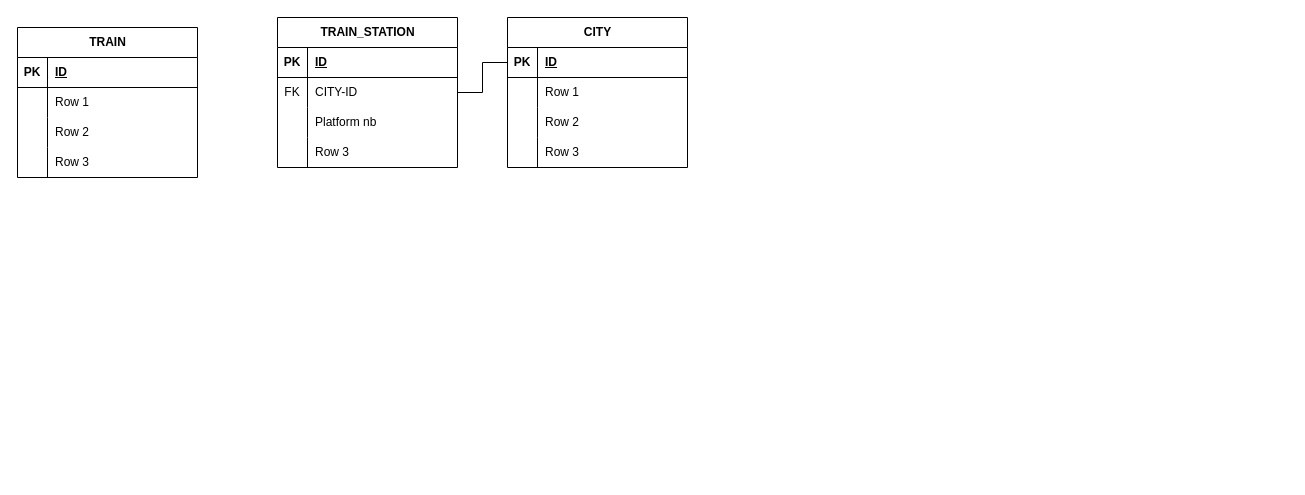
Above: page "Page-2" (2 of 3) of Diagramme sans nom 3.drawio in vsilvanska/examen-info-2023 (draw.io), before the change. Source tidied: cells renumbered, new cells numbered last; positions are measured from the earlier drawing's top-left corner, leaving out a move shared by most shapes. Both pictures are drawn from the tidied source at 100%, with x=0, y=0 at pixel (17, 17).
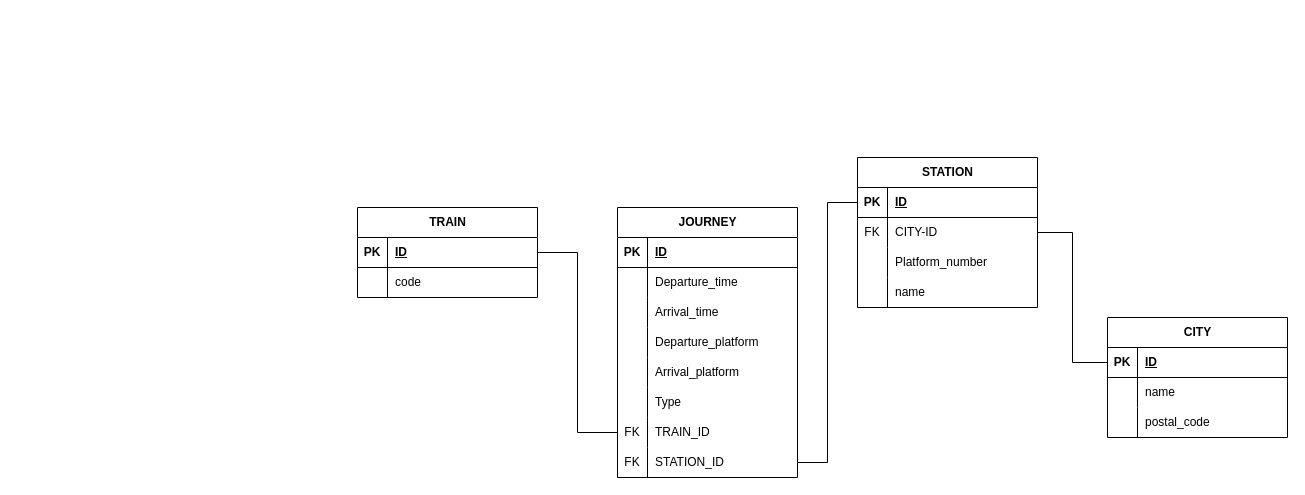
The same diagram, later.

The change refers to these unchanged cells:
```xml
<mxCell id="3" style="shape=tableRow;horizontal=0;startSize=0;swimlaneHead=0;swimlaneBody=0;fillColor=none;points=[[0,0.5],[1,0.5]];portConstraint=eastwest;top=0;left=0;right=0;bottom=1;" parent="2" vertex="1">
  <mxGeometry y="30" width="180" height="30" as="geometry" />
</mxCell>
<mxCell id="6" style="shape=tableRow;horizontal=0;startSize=0;swimlaneHead=0;swimlaneBody=0;fillColor=none;top=0;left=0;right=0;bottom=0;" parent="2" vertex="1">
  <mxGeometry y="60" width="180" height="30" as="geometry" />
</mxCell>
<mxCell id="9" style="shape=tableRow;horizontal=0;startSize=0;swimlaneHead=0;swimlaneBody=0;fillColor=none;top=0;left=0;right=0;bottom=0;" parent="2" vertex="1">
  <mxGeometry y="90" width="180" height="30" as="geometry" />
</mxCell>
<mxCell id="16" style="shape=tableRow;horizontal=0;startSize=0;swimlaneHead=0;swimlaneBody=0;fillColor=none;points=[[0,0.5],[1,0.5]];portConstraint=eastwest;top=0;left=0;right=0;bottom=1;" parent="15" vertex="1">
  <mxGeometry y="30" width="180" height="30" as="geometry" />
</mxCell>
<mxCell id="19" style="shape=tableRow;horizontal=0;startSize=0;swimlaneHead=0;swimlaneBody=0;fillColor=none;points=[[0,0.5],[1,0.5]];portConstraint=eastwest;top=0;left=0;right=0;bottom=0;" parent="15" vertex="1">
  <mxGeometry y="60" width="180" height="30" as="geometry" />
</mxCell>
<mxCell id="22" style="shape=tableRow;horizontal=0;startSize=0;swimlaneHead=0;swimlaneBody=0;fillColor=none;top=0;left=0;right=0;bottom=0;" parent="15" vertex="1">
  <mxGeometry y="90" width="180" height="30" as="geometry" />
</mxCell>
<mxCell id="25" style="shape=tableRow;horizontal=0;startSize=0;swimlaneHead=0;swimlaneBody=0;fillColor=none;top=0;left=0;right=0;bottom=0;" parent="15" vertex="1">
  <mxGeometry y="120" width="180" height="30" as="geometry" />
</mxCell>
<mxCell id="29" style="shape=tableRow;horizontal=0;startSize=0;swimlaneHead=0;swimlaneBody=0;fillColor=none;points=[[0,0.5],[1,0.5]];portConstraint=eastwest;top=0;left=0;right=0;bottom=1;" parent="28" vertex="1">
  <mxGeometry y="30" width="180" height="30" as="geometry" />
</mxCell>
<mxCell id="32" style="shape=tableRow;horizontal=0;startSize=0;swimlaneHead=0;swimlaneBody=0;fillColor=none;top=0;left=0;right=0;bottom=0;" parent="28" vertex="1">
  <mxGeometry y="60" width="180" height="30" as="geometry" />
</mxCell>
```

Diff of the diagram source:
```diff
@@
     <mxCell id="2" value="CITY" style="shape=table;startSize=30;childLayout=tableLayout;rowLines=0;fontStyle=1;align=center;html=1;" parent="1" vertex="1">
-      <mxGeometry x="490" width="180" height="150" as="geometry" />
+      <mxGeometry x="1090" y="300" width="180" height="120" as="geometry" />
     </mxCell>
@@
-    <mxCell id="8" value="Row 1" style="shape=partialRectangle;fillColor=none;top=0;left=0;bottom=0;right=0;align=left;spacingLeft=6;overflow=hidden;whiteSpace=wrap;html=1;" parent="6" vertex="1">
+    <mxCell id="8" value="name" style="shape=partialRectangle;fillColor=none;top=0;left=0;bottom=0;right=0;align=left;spacingLeft=6;overflow=hidden;whiteSpace=wrap;html=1;" parent="6" vertex="1">
       <mxGeometry x="30" width="150" height="30" as="geometry" />
     </mxCell>
@@
-    <mxCell id="11" value="Row 2" style="shape=partialRectangle;fillColor=none;top=0;left=0;bottom=0;right=0;align=left;spacingLeft=6;overflow=hidden;whiteSpace=wrap;html=1;" parent="9" vertex="1">
+    <mxCell id="11" value="postal_code" style="shape=partialRectangle;fillColor=none;top=0;left=0;bottom=0;right=0;align=left;spacingLeft=6;overflow=hidden;whiteSpace=wrap;html=1;" parent="9" vertex="1">
       <mxGeometry x="30" width="150" height="30" as="geometry" />
     </mxCell>
-    <mxCell id="12" style="shape=tableRow;horizontal=0;startSize=0;swimlaneHead=0;swimlaneBody=0;fillColor=none;top=0;left=0;right=0;bottom=0;" parent="2" vertex="1">
-      <mxGeometry y="120" width="180" height="30" as="geometry" />
-    </mxCell>
-    <mxCell id="13" style="shape=partialRectangle;fillColor=none;top=0;left=0;bottom=0;right=0;overflow=hidden;whiteSpace=wrap;html=1;" parent="12" vertex="1">
-      <mxGeometry width="30" height="30" as="geometry" />
-    </mxCell>
-    <mxCell id="14" value="Row 3" style="shape=partialRectangle;fillColor=none;top=0;left=0;bottom=0;right=0;align=left;spacingLeft=6;overflow=hidden;whiteSpace=wrap;html=1;" parent="12" vertex="1">
-      <mxGeometry x="30" width="150" height="30" as="geometry" />
-    </mxCell>
-    <mxCell id="15" value="TRAIN_STATION" style="shape=table;startSize=30;childLayout=tableLayout;rowLines=0;fontStyle=1;align=center;html=1;" parent="1" vertex="1">
-      <mxGeometry x="260" width="180" height="150" as="geometry" />
+    <mxCell id="15" value="STATION" style="shape=table;startSize=30;childLayout=tableLayout;rowLines=0;fontStyle=1;align=center;html=1;" parent="1" vertex="1">
+      <mxGeometry x="840" y="140" width="180" height="150" as="geometry" />
     </mxCell>
@@
-    <mxCell id="24" value="Platform nb" style="shape=partialRectangle;fillColor=none;top=0;left=0;bottom=0;right=0;align=left;spacingLeft=6;overflow=hidden;whiteSpace=wrap;html=1;" parent="22" vertex="1">
+    <mxCell id="24" value="Platform_number" style="shape=partialRectangle;fillColor=none;top=0;left=0;bottom=0;right=0;align=left;spacingLeft=6;overflow=hidden;whiteSpace=wrap;html=1;" parent="22" vertex="1">
       <mxGeometry x="30" width="150" height="30" as="geometry" />
     </mxCell>
@@
-    <mxCell id="27" value="Row 3" style="shape=partialRectangle;fillColor=none;top=0;left=0;bottom=0;right=0;align=left;spacingLeft=6;overflow=hidden;whiteSpace=wrap;html=1;" parent="25" vertex="1">
+    <mxCell id="27" value="name" style="shape=partialRectangle;fillColor=none;top=0;left=0;bottom=0;right=0;align=left;spacingLeft=6;overflow=hidden;whiteSpace=wrap;html=1;" parent="25" vertex="1">
       <mxGeometry x="30" width="150" height="30" as="geometry" />
     </mxCell>
     <mxCell id="28" value="TRAIN" style="shape=table;startSize=30;childLayout=tableLayout;rowLines=0;fontStyle=1;align=center;html=1;" parent="1" vertex="1">
-      <mxGeometry y="10" width="180" height="150" as="geometry" />
+      <mxGeometry x="340" y="190" width="180" height="90" as="geometry" />
     </mxCell>
@@
-    <mxCell id="34" value="Row 1" style="shape=partialRectangle;fillColor=none;top=0;left=0;bottom=0;right=0;align=left;spacingLeft=6;overflow=hidden;whiteSpace=wrap;html=1;" parent="32" vertex="1">
+    <mxCell id="34" value="code" style="shape=partialRectangle;fillColor=none;top=0;left=0;bottom=0;right=0;align=left;spacingLeft=6;overflow=hidden;whiteSpace=wrap;html=1;" parent="32" vertex="1">
       <mxGeometry x="30" width="150" height="30" as="geometry" />
     </mxCell>
+    <mxCell id="41" style="edgeStyle=orthogonalEdgeStyle;rounded=0;jettySize=auto;html=1;exitX=1;exitY=0.5;exitDx=0;exitDy=0;entryX=0;entryY=0.5;entryDx=0;entryDy=0;endArrow=none;endFill=0;" parent="1" edge="1" source="19" target="3">
+      <mxGeometry relative="1" as="geometry" />
+    </mxCell>
+    <mxCell id="42" value="JOURNEY" style="shape=table;startSize=30;childLayout=tableLayout;rowLines=0;fontStyle=1;align=center;html=1;" parent="1" vertex="1">
+      <mxGeometry x="600" y="190" width="180" height="270" as="geometry" />
+    </mxCell>
+    <mxCell id="43" style="shape=tableRow;horizontal=0;startSize=0;swimlaneHead=0;swimlaneBody=0;fillColor=none;top=0;left=0;right=0;bottom=1;" parent="42" vertex="1">
+      <mxGeometry y="30" width="180" height="30" as="geometry" />
+    </mxCell>
+    <mxCell id="44" value="PK" style="shape=partialRectangle;fillColor=none;top=0;left=0;bottom=0;right=0;fontStyle=1;overflow=hidden;whiteSpace=wrap;html=1;" parent="43" vertex="1">
+      <mxGeometry width="30" height="30" as="geometry" />
+    </mxCell>
+    <mxCell id="45" value="ID" style="shape=partialRectangle;fillColor=none;top=0;left=0;bottom=0;right=0;align=left;spacingLeft=6;fontStyle=5;overflow=hidden;whiteSpace=wrap;html=1;" parent="43" vertex="1">
+      <mxGeometry x="30" width="150" height="30" as="geometry" />
+    </mxCell>
+    <mxCell id="46" style="shape=tableRow;horizontal=0;startSize=0;swimlaneHead=0;swimlaneBody=0;fillColor=none;top=0;left=0;right=0;bottom=0;" parent="42" vertex="1">
+      <mxGeometry y="60" width="180" height="30" as="geometry" />
+    </mxCell>
+    <mxCell id="47" style="shape=partialRectangle;fillColor=none;top=0;left=0;bottom=0;right=0;overflow=hidden;whiteSpace=wrap;html=1;" parent="46" vertex="1">
+      <mxGeometry width="30" height="30" as="geometry" />
+    </mxCell>
+    <mxCell id="48" value="Departure_time" style="shape=partialRectangle;fillColor=none;top=0;left=0;bottom=0;right=0;align=left;spacingLeft=6;overflow=hidden;whiteSpace=wrap;html=1;" parent="46" vertex="1">
+      <mxGeometry x="30" width="150" height="30" as="geometry" />
+    </mxCell>
-    <mxCell id="35" style="shape=tableRow;horizontal=0;startSize=0;swimlaneHead=0;swimlaneBody=0;fillColor=none;top=0;left=0;right=0;bottom=0;" parent="28" vertex="1">
+    <mxCell id="35" style="shape=tableRow;horizontal=0;startSize=0;swimlaneHead=0;swimlaneBody=0;fillColor=none;top=0;left=0;right=0;bottom=0;" parent="42" vertex="1">
       <mxGeometry y="90" width="180" height="30" as="geometry" />
     </mxCell>
-    <mxCell id="36" style="shape=partialRectangle;fillColor=none;top=0;left=0;bottom=0;right=0;overflow=hidden;whiteSpace=wrap;html=1;" parent="35" vertex="1">
-      <mxGeometry width="30" height="30" as="geometry" />
-    </mxCell>
-    <mxCell id="37" value="Row 2" style="shape=partialRectangle;fillColor=none;top=0;left=0;bottom=0;right=0;align=left;spacingLeft=6;overflow=hidden;whiteSpace=wrap;html=1;" parent="35" vertex="1">
-      <mxGeometry x="30" width="150" height="30" as="geometry" />
-    </mxCell>
-    <mxCell id="38" style="shape=tableRow;horizontal=0;startSize=0;swimlaneHead=0;swimlaneBody=0;fillColor=none;top=0;left=0;right=0;bottom=0;" parent="28" vertex="1">
-      <mxGeometry y="120" width="180" height="30" as="geometry" />
-    </mxCell>
-    <mxCell id="39" style="shape=partialRectangle;fillColor=none;top=0;left=0;bottom=0;right=0;overflow=hidden;whiteSpace=wrap;html=1;" parent="38" vertex="1">
-      <mxGeometry width="30" height="30" as="geometry" />
-    </mxCell>
-    <mxCell id="40" value="Row 3" style="shape=partialRectangle;fillColor=none;top=0;left=0;bottom=0;right=0;align=left;spacingLeft=6;overflow=hidden;whiteSpace=wrap;html=1;" parent="38" vertex="1">
-      <mxGeometry x="30" width="150" height="30" as="geometry" />
-    </mxCell>
-    <mxCell id="41" style="edgeStyle=orthogonalEdgeStyle;rounded=0;jettySize=auto;html=1;exitX=1;exitY=0.5;exitDx=0;exitDy=0;entryX=0;entryY=0.5;entryDx=0;entryDy=0;endArrow=none;endFill=0;" parent="1" edge="1" source="19" target="3">
-      <mxGeometry relative="1" as="geometry" />
-    </mxCell>
+    <mxCell id="49" style="shape=partialRectangle;fillColor=none;top=0;left=0;bottom=0;right=0;overflow=hidden;whiteSpace=wrap;html=1;" parent="35" vertex="1">
+      <mxGeometry width="30" height="30" as="geometry" />
+    </mxCell>
+    <mxCell id="50" value="Arrival_time" style="shape=partialRectangle;fillColor=none;top=0;left=0;bottom=0;right=0;align=left;spacingLeft=6;overflow=hidden;whiteSpace=wrap;html=1;" parent="35" vertex="1">
+      <mxGeometry x="30" width="150" height="30" as="geometry" />
+    </mxCell>
+    <mxCell id="51" style="shape=tableRow;horizontal=0;startSize=0;swimlaneHead=0;swimlaneBody=0;fillColor=none;top=0;left=0;right=0;bottom=0;" parent="42" vertex="1">
+      <mxGeometry y="120" width="180" height="30" as="geometry" />
+    </mxCell>
+    <mxCell id="52" style="shape=partialRectangle;fillColor=none;top=0;left=0;bottom=0;right=0;overflow=hidden;whiteSpace=wrap;html=1;" parent="51" vertex="1">
+      <mxGeometry width="30" height="30" as="geometry" />
+    </mxCell>
+    <mxCell id="53" value="Departure_platform" style="shape=partialRectangle;fillColor=none;top=0;left=0;bottom=0;right=0;align=left;spacingLeft=6;overflow=hidden;whiteSpace=wrap;html=1;" parent="51" vertex="1">
+      <mxGeometry x="30" width="150" height="30" as="geometry" />
+    </mxCell>
+    <mxCell id="54" style="shape=tableRow;horizontal=0;startSize=0;swimlaneHead=0;swimlaneBody=0;fillColor=none;top=0;left=0;right=0;bottom=0;" parent="42" vertex="1">
+      <mxGeometry y="150" width="180" height="30" as="geometry" />
+    </mxCell>
+    <mxCell id="55" style="shape=partialRectangle;fillColor=none;top=0;left=0;bottom=0;right=0;fontStyle=0;overflow=hidden;whiteSpace=wrap;html=1;" parent="54" vertex="1">
+      <mxGeometry width="30" height="30" as="geometry" />
+    </mxCell>
+    <mxCell id="56" value="Arrival_platform" style="shape=partialRectangle;fillColor=none;top=0;left=0;bottom=0;right=0;align=left;spacingLeft=6;fontStyle=0;overflow=hidden;whiteSpace=wrap;html=1;" parent="54" vertex="1">
+      <mxGeometry x="30" width="150" height="30" as="geometry" />
+    </mxCell>
+    <mxCell id="57" style="shape=tableRow;horizontal=0;startSize=0;swimlaneHead=0;swimlaneBody=0;fillColor=none;top=0;left=0;right=0;bottom=0;" parent="42" vertex="1">
+      <mxGeometry y="180" width="180" height="30" as="geometry" />
+    </mxCell>
+    <mxCell id="58" style="shape=partialRectangle;fillColor=none;top=0;left=0;bottom=0;right=0;fontStyle=0;overflow=hidden;whiteSpace=wrap;html=1;" parent="57" vertex="1">
+      <mxGeometry width="30" height="30" as="geometry" />
+    </mxCell>
+    <mxCell id="59" value="Type" style="shape=partialRectangle;fillColor=none;top=0;left=0;bottom=0;right=0;align=left;spacingLeft=6;fontStyle=0;overflow=hidden;whiteSpace=wrap;html=1;" parent="57" vertex="1">
+      <mxGeometry x="30" width="150" height="30" as="geometry" />
+    </mxCell>
+    <mxCell id="60" style="shape=tableRow;horizontal=0;startSize=0;swimlaneHead=0;swimlaneBody=0;fillColor=none;points=[[0,0.5],[1,0.5]];portConstraint=eastwest;top=0;left=0;right=0;bottom=0;" parent="42" vertex="1">
+      <mxGeometry y="210" width="180" height="30" as="geometry" />
+    </mxCell>
+    <mxCell id="61" value="FK" style="shape=partialRectangle;fillColor=none;top=0;left=0;bottom=0;right=0;fontStyle=0;overflow=hidden;whiteSpace=wrap;html=1;" parent="60" vertex="1">
+      <mxGeometry width="30" height="30" as="geometry" />
+    </mxCell>
+    <mxCell id="62" value="TRAIN_ID" style="shape=partialRectangle;fillColor=none;top=0;left=0;bottom=0;right=0;align=left;spacingLeft=6;fontStyle=0;overflow=hidden;whiteSpace=wrap;html=1;" parent="60" vertex="1">
+      <mxGeometry x="30" width="150" height="30" as="geometry" />
+    </mxCell>
+    <mxCell id="63" style="shape=tableRow;horizontal=0;startSize=0;swimlaneHead=0;swimlaneBody=0;fillColor=none;points=[[0,0.5],[1,0.5]];portConstraint=eastwest;top=0;left=0;right=0;bottom=0;" parent="42" vertex="1">
+      <mxGeometry y="240" width="180" height="30" as="geometry" />
+    </mxCell>
+    <mxCell id="64" value="FK" style="shape=partialRectangle;fillColor=none;top=0;left=0;bottom=0;right=0;fontStyle=0;overflow=hidden;whiteSpace=wrap;html=1;" parent="63" vertex="1">
+      <mxGeometry width="30" height="30" as="geometry" />
+    </mxCell>
+    <mxCell id="65" value="STATION_ID" style="shape=partialRectangle;fillColor=none;top=0;left=0;bottom=0;right=0;align=left;spacingLeft=6;fontStyle=0;overflow=hidden;whiteSpace=wrap;html=1;" parent="63" vertex="1">
+      <mxGeometry x="30" width="150" height="30" as="geometry" />
+    </mxCell>
+    <mxCell id="66" style="edgeStyle=orthogonalEdgeStyle;rounded=0;jettySize=auto;html=1;exitX=0;exitY=0.5;exitDx=0;exitDy=0;entryX=1;entryY=0.5;entryDx=0;entryDy=0;endArrow=none;endFill=0;" parent="1" edge="1" source="60" target="29">
+      <mxGeometry relative="1" as="geometry" />
+    </mxCell>
+    <mxCell id="67" style="edgeStyle=orthogonalEdgeStyle;rounded=0;jettySize=auto;html=1;entryX=0;entryY=0.5;entryDx=0;entryDy=0;endArrow=none;endFill=0;" parent="1" edge="1" source="63" target="16">
+      <mxGeometry relative="1" as="geometry" />
+    </mxCell>
```
